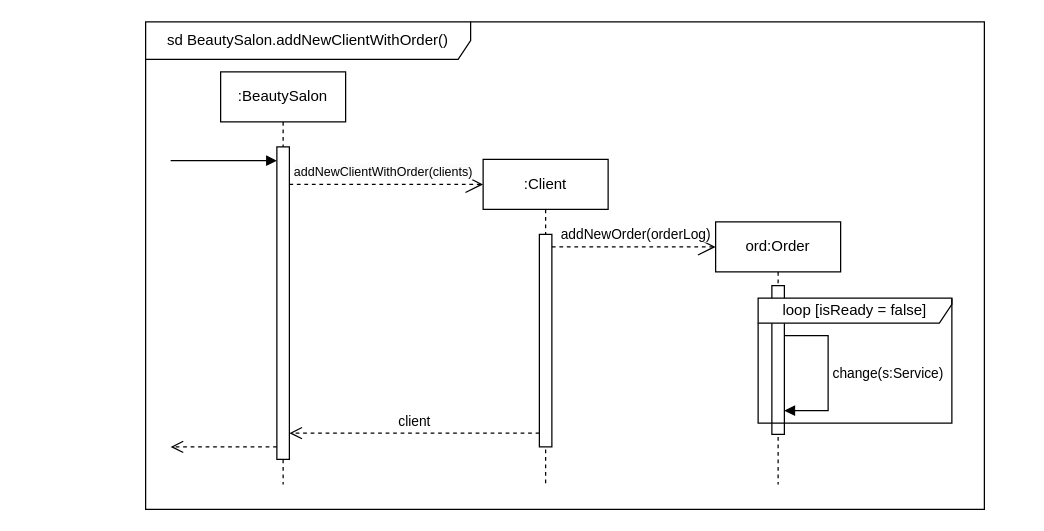
This is ДиаграммаПоследовательностей.drawio from Artvell3000/umlLab2, a draw.io file, before an edit. Source tidied: cells renumbered, new cells numbered last; positions are measured from the earlier drawing's top-left corner, leaving out a move shared by most shapes. Both pictures are drawn from the tidied source at 125%, with x=0, y=0 at pixel (145, 21).
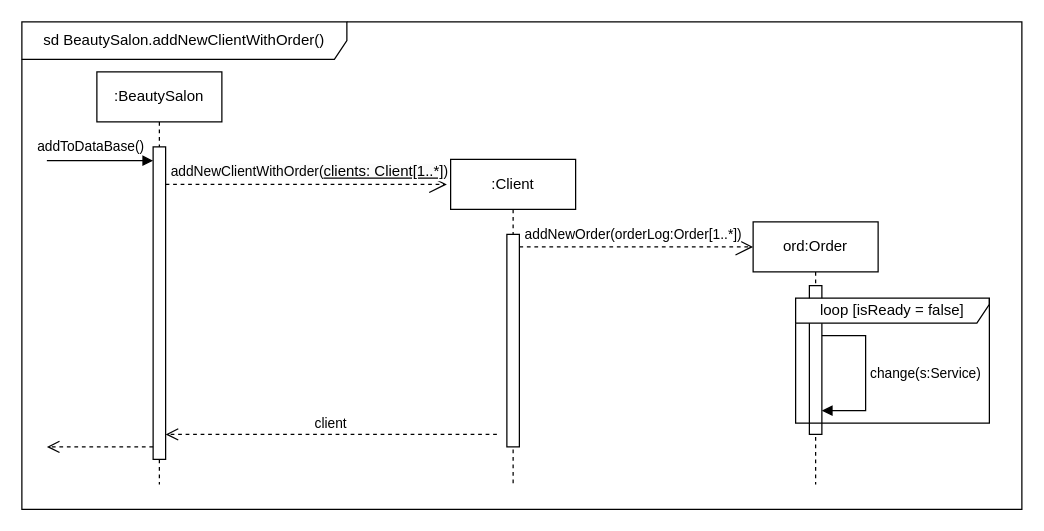
The same diagram, later.

The change refers to these unchanged cells:
```xml
<mxCell id="4" style="html=1;points=[[0,0,0,0,5],[0,1,0,0,-5],[1,0,0,0,5],[1,1,0,0,-5]];perimeter=orthogonalPerimeter;outlineConnect=0;targetShapes=umlLifeline;portConstraint=eastwest;newEdgeStyle={&quot;curved&quot;:0,&quot;rounded&quot;:0};" parent="3" vertex="1">
  <mxGeometry x="45" y="60" width="10" height="250" as="geometry" />
</mxCell>
<mxCell id="9" style="html=1;points=[[0,0,0,0,5],[0,1,0,0,-5],[1,0,0,0,5],[1,1,0,0,-5]];perimeter=orthogonalPerimeter;outlineConnect=0;targetShapes=umlLifeline;portConstraint=eastwest;newEdgeStyle={&quot;curved&quot;:0,&quot;rounded&quot;:0};" parent="8" vertex="1">
  <mxGeometry x="45" y="60" width="10" height="170" as="geometry" />
</mxCell>
```

Diff of the diagram source:
```diff
@@
     <mxCell id="2" value="sd BeautySalon.&lt;span style=&quot;border-color: var(--border-color); text-align: left;&quot;&gt;addNewClientWithOrder&lt;/span&gt;()" style="shape=umlFrame;whiteSpace=wrap;html=1;width=260;height=30;" parent="1" vertex="1">
-      <mxGeometry width="671" height="390" as="geometry" />
+      <mxGeometry x="-99" width="800" height="390" as="geometry" />
     </mxCell>
     <mxCell id="3" value=":BeautySalon" style="shape=umlLifeline;perimeter=lifelinePerimeter;whiteSpace=wrap;html=1;newEdgeStyle={&quot;curved&quot;:0,&quot;rounded&quot;:0};" parent="1" vertex="1">
-      <mxGeometry x="60" y="40" width="100" height="330" as="geometry" />
+      <mxGeometry x="-39" y="40" width="100" height="330" as="geometry" />
     </mxCell>
@@
     <mxCell id="5" value="ord:Order" style="shape=umlLifeline;perimeter=lifelinePerimeter;whiteSpace=wrap;html=1;newEdgeStyle={&quot;curved&quot;:0,&quot;rounded&quot;:0};" parent="1" vertex="1">
-      <mxGeometry x="456" y="160" width="100" height="210" as="geometry" />
+      <mxGeometry x="486" y="160" width="100" height="210" as="geometry" />
     </mxCell>
@@
     <mxCell id="8" value=":Client" style="shape=umlLifeline;perimeter=lifelinePerimeter;whiteSpace=wrap;html=1;newEdgeStyle={&quot;curved&quot;:0,&quot;rounded&quot;:0};" parent="1" vertex="1">
-      <mxGeometry x="270" y="110" width="100" height="260" as="geometry" />
+      <mxGeometry x="244" y="110" width="100" height="260" as="geometry" />
     </mxCell>
@@
     <mxCell id="10" value="loop [isReady = false]" style="shape=umlFrame;whiteSpace=wrap;html=1;width=160;height=20;" parent="1" vertex="1">
-      <mxGeometry x="490" y="221" width="155" height="100" as="geometry" />
+      <mxGeometry x="520" y="221" width="155" height="100" as="geometry" />
     </mxCell>
-    <mxCell id="11" value="addNewOrder(orderLog)" style="endArrow=open;endSize=12;dashed=1;html=1;rounded=0;" parent="1" edge="1" source="9">
-      <mxGeometry x="0.02" y="10" relative="1" as="geometry">
-        <mxPoint x="456" y="180" as="targetPoint" />
+    <mxCell id="11" value="addNewOrder(orderLog:Order[1..*])" style="endArrow=open;endSize=12;dashed=1;html=1;rounded=0;" parent="1" edge="1" source="9">
+      <mxGeometry x="-0.03" y="10" relative="1" as="geometry">
+        <mxPoint x="486" y="180" as="targetPoint" />
       </mxGeometry>
     </mxCell>
-    <mxCell id="12" value="&lt;span style=&quot;border-color: var(--border-color); text-align: left; background-color: rgb(251, 251, 251);&quot;&gt;&lt;font style=&quot;font-size: 10px;&quot;&gt;addNewClientWithOrder(clients)&lt;/font&gt;&lt;/span&gt;" style="endArrow=open;endSize=12;dashed=1;html=1;rounded=0;" parent="1" edge="1" source="4">
-      <mxGeometry x="-0.03" y="10" relative="1" as="geometry">
-        <mxPoint x="270" y="130" as="targetPoint" />
+    <mxCell id="12" value="&lt;span style=&quot;border-color: var(--border-color); text-align: left; background-color: rgb(251, 251, 251);&quot;&gt;&lt;font style=&quot;font-size: 11px;&quot;&gt;addNewClientWithOrder(&lt;u style=&quot;border-color: var(--border-color); font-size: 12px;&quot;&gt;clients: Client[1..*]&lt;/u&gt;)&lt;/font&gt;&lt;/span&gt;" style="endArrow=open;endSize=12;dashed=1;html=1;rounded=0;" parent="1" edge="1" source="4">
+      <mxGeometry x="0.02" y="10" relative="1" as="geometry">
+        <mxPoint x="241" y="130" as="targetPoint" />
       </mxGeometry>
     </mxCell>
     <mxCell id="13" style="endArrow=block;endFill=1;html=1;edgeStyle=orthogonalEdgeStyle;align=left;verticalAlign=top;rounded=0;" parent="1" edge="1" target="4">
       <mxGeometry x="-1" relative="1" as="geometry">
-        <mxPoint x="20" y="111" as="sourcePoint" />
+        <mxPoint x="-79" y="111" as="sourcePoint" />
         <Array as="points">
-          <mxPoint x="30" y="111" />
-          <mxPoint x="30" y="111" />
+          <mxPoint x="-69" y="111" />
+          <mxPoint x="-69" y="111" />
         </Array>
       </mxGeometry>
     </mxCell>
     <mxCell id="14" style="html=1;verticalAlign=bottom;endArrow=open;dashed=1;endSize=8;curved=0;rounded=0;" parent="1" edge="1">
       <mxGeometry relative="1" as="geometry">
-        <mxPoint x="105" y="340" as="sourcePoint" />
-        <mxPoint x="20" y="340" as="targetPoint" />
+        <mxPoint x="6" y="340" as="sourcePoint" />
+        <mxPoint x="-79" y="340" as="targetPoint" />
         <Array as="points">
-          <mxPoint x="60" y="340" />
+          <mxPoint x="-39" y="340" />
         </Array>
       </mxGeometry>
     </mxCell>
-    <mxCell id="15" value="client" style="html=1;verticalAlign=bottom;endArrow=open;dashed=1;endSize=8;curved=0;rounded=0;" parent="1" edge="1">
+    <mxCell id="15" value="client" style="html=1;verticalAlign=bottom;endArrow=open;dashed=1;endSize=8;curved=0;rounded=0;" parent="1" edge="1" target="4">
       <mxGeometry relative="1" as="geometry">
-        <mxPoint x="315" y="329" as="sourcePoint" />
-        <mxPoint x="115" y="329" as="targetPoint" />
+        <mxPoint x="281" y="330" as="sourcePoint" />
       </mxGeometry>
     </mxCell>
+    <mxCell id="16" value="&lt;font style=&quot;font-size: 11px;&quot;&gt;addToDataBase()&lt;/font&gt;" style="text;html=1;align=center;verticalAlign=middle;strokeColor=none;fillColor=none;" parent="1" vertex="1">
+      <mxGeometry x="-99" y="85" width="110" height="30" as="geometry" />
+    </mxCell>
```
